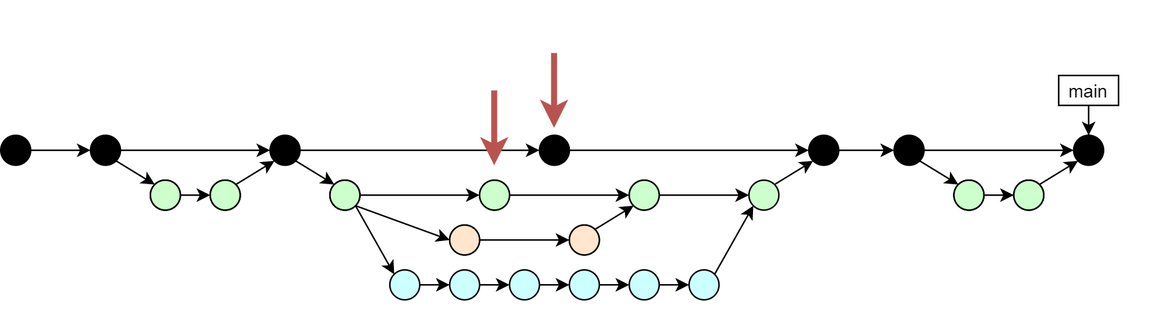
This is GitHub-trainings/github-pr-training/latex-slides/img/dime-gitflow-network-workdirectly.png from worldbank/dime-github-trainings, a draw.io export, as it was before one commit. Source tidied: cells renumbered, new cells last; positions are measured from the earlier drawing's top-left corner, leaving out a move shared by most shapes.
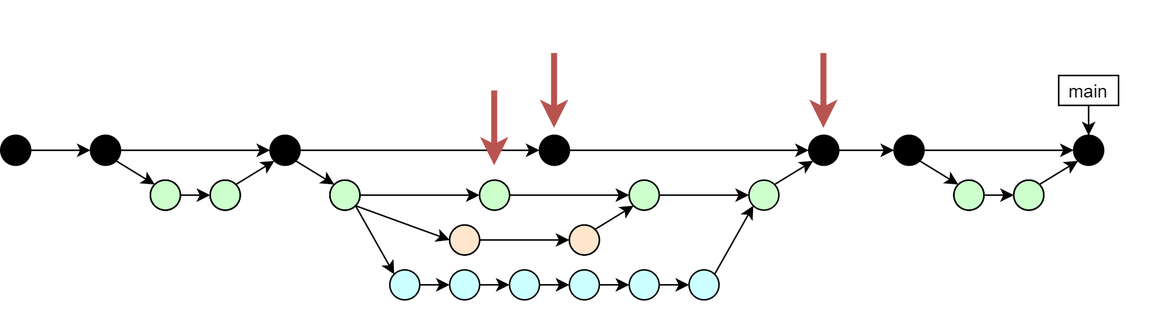
The same file after the commit.

Diff of the diagram source:
```diff
@@ -226,5 +226,11 @@
         <mxPoint x="369.8" y="85" as="targetPoint" />
       </mxGeometry>
     </mxCell>
+    <mxCell id="72" style="endArrow=classic;html=1;strokeWidth=4;fillColor=#f8cecc;strokeColor=#b85450;" parent="1" edge="1">
+      <mxGeometry relative="1" as="geometry">
+        <mxPoint x="549.8" y="35" as="sourcePoint" />
+        <mxPoint x="549.8" y="85" as="targetPoint" />
+      </mxGeometry>
+    </mxCell>
   </root>
 </mxGraphModel>
```
